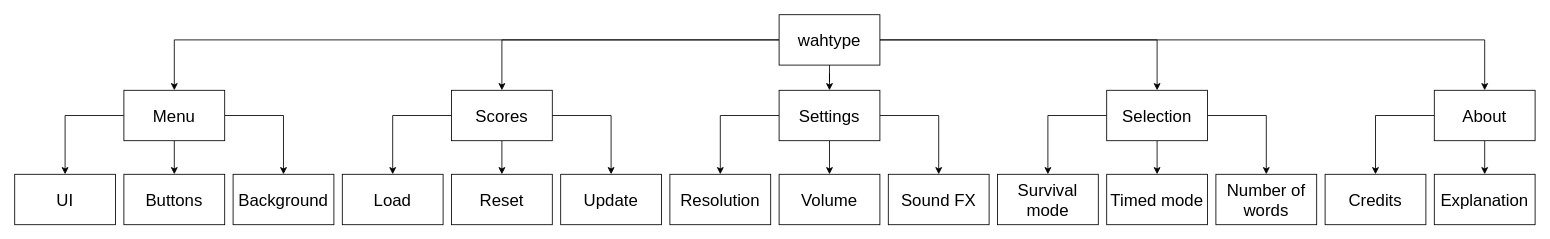
The draw.io diagram diagrams/system diagram (BTS).drawio in Bxnetic/wahtype, before the edit. Source tidied: cells renumbered, new cells numbered last; positions are measured from the earlier drawing's top-left corner, leaving out a move shared by most shapes. Both pictures are drawn from the tidied source at 84%, with x=0, y=0 at pixel (14, 14).
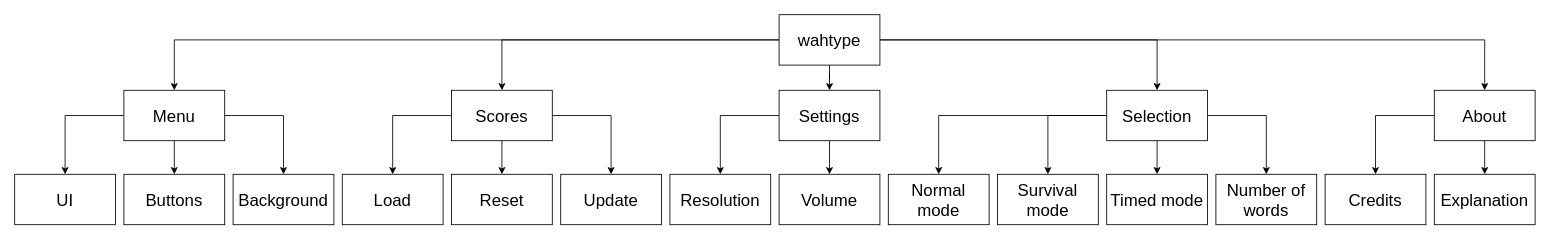
Above is the later version.

Unchanged cells that the change refers to:
```xml
<mxCell id="19" value="Settings" style="rounded=0;whiteSpace=wrap;html=1;fontSize=20;" parent="1" vertex="1">
  <mxGeometry x="910" y="90" width="120" height="60" as="geometry" />
</mxCell>
<mxCell id="23" value="Selection" style="rounded=0;whiteSpace=wrap;html=1;fontSize=20;" parent="1" vertex="1">
  <mxGeometry x="1300" y="90" width="120" height="60" as="geometry" />
</mxCell>
```

The edit, as a diff of the source:
```diff
@@
-    <mxCell id="17" style="edgeStyle=orthogonalEdgeStyle;rounded=0;jettySize=auto;html=1;" parent="1" edge="1" source="19" target="34">
-      <mxGeometry relative="1" as="geometry" />
-    </mxCell>
@@
+    <mxCell id="41" style="edgeStyle=orthogonalEdgeStyle;rounded=0;jettySize=auto;html=1;" parent="1" edge="1" source="23" target="42">
+      <mxGeometry relative="1" as="geometry" />
+    </mxCell>
@@
-    <mxCell id="34" value="Sound FX" style="rounded=0;whiteSpace=wrap;html=1;fontSize=20;" parent="1" vertex="1">
-      <mxGeometry x="1040" y="190" width="120" height="60" as="geometry" />
-    </mxCell>
@@
+    <mxCell id="42" value="Normal mode" style="rounded=0;whiteSpace=wrap;html=1;fontSize=20;" parent="1" vertex="1">
+      <mxGeometry x="1040" y="190" width="120" height="60" as="geometry" />
+    </mxCell>
```
